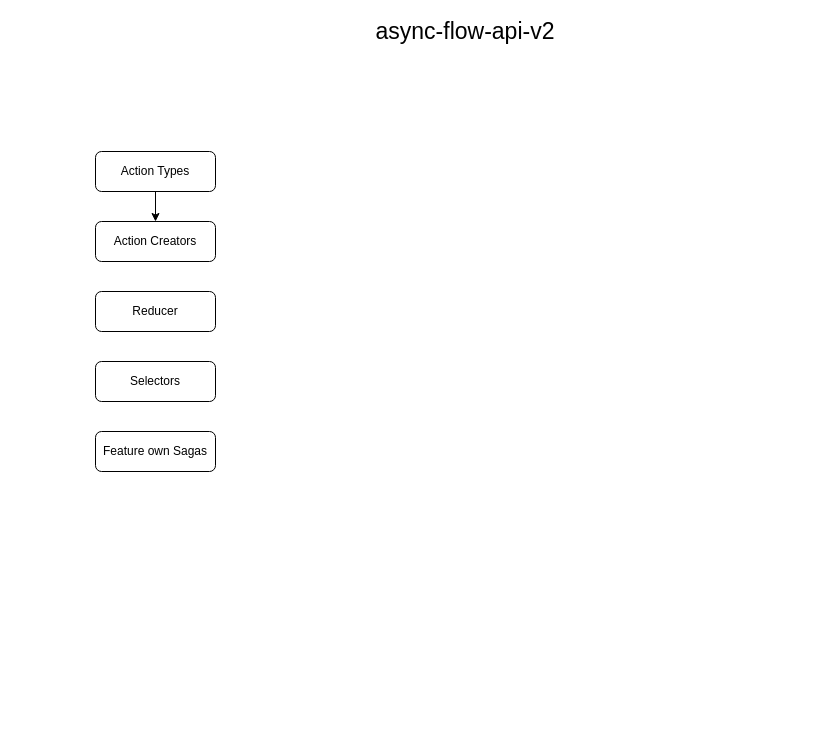
Before: async-flow-api-v2.drawio in Jercik/async-flow-api-v2, a draw.io diagram. Source tidied: cells renumbered, new cells numbered last; positions are measured from the earlier drawing's top-left corner, leaving out a move shared by most shapes. Both pictures are drawn from the tidied source at 100%, with x=0, y=0 at pixel (95, 21).
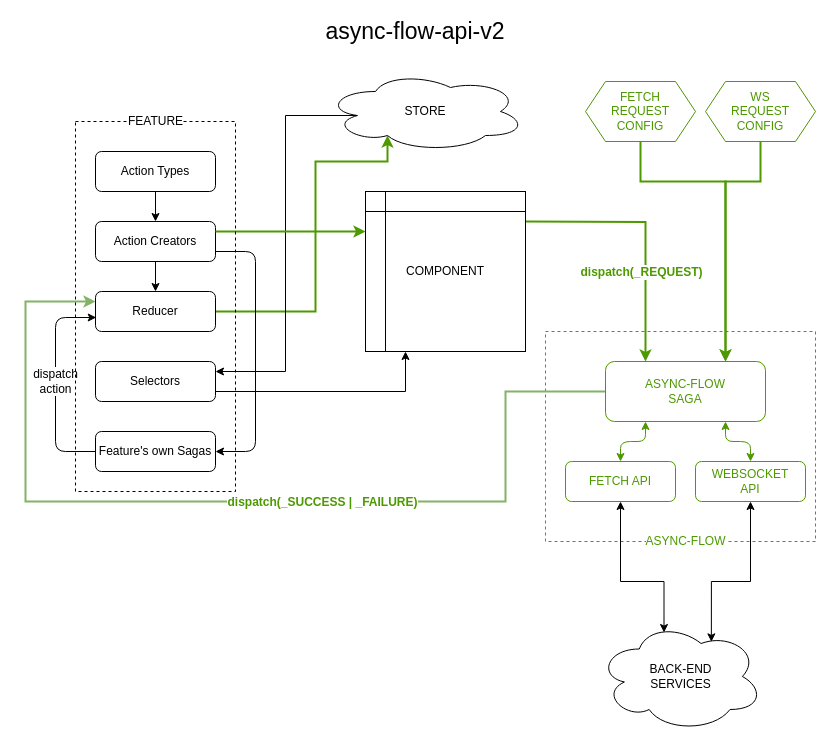
The same page after the edit.

The change refers to these unchanged cells:
```xml
<mxCell id="4" value="&lt;font style=&quot;font-size: 12px;&quot;&gt;Action Creators&lt;/font&gt;" style="rounded=1;whiteSpace=wrap;html=1;fontSize=12;" parent="1" vertex="1">
  <mxGeometry y="200" width="120" height="40" as="geometry" />
</mxCell>
<mxCell id="5" value="&lt;font style=&quot;font-size: 12px&quot;&gt;Reducer&lt;/font&gt;" style="rounded=1;whiteSpace=wrap;html=1;fontSize=12;" parent="1" vertex="1">
  <mxGeometry y="270" width="120" height="40" as="geometry" />
</mxCell>
<mxCell id="6" value="&lt;font style=&quot;font-size: 12px&quot;&gt;Selectors&lt;/font&gt;" style="rounded=1;whiteSpace=wrap;html=1;fontSize=12;" parent="1" vertex="1">
  <mxGeometry y="340" width="120" height="40" as="geometry" />
</mxCell>
```

Change to the diagram source:
```diff
@@
+    <mxCell id="9" style="rounded=0;whiteSpace=wrap;html=1;fontSize=12;fontColor=#4D9900;fillColor=none;dashed=1;strokeColor=#4D9900;" parent="1" vertex="1">
+      <mxGeometry x="450" y="310" width="270" height="210" as="geometry" />
+    </mxCell>
     <mxCell id="2" value="async-flow-api-v2" style="text;html=1;strokeColor=none;fillColor=none;align=center;verticalAlign=middle;whiteSpace=wrap;rounded=0;fontSize=23;" parent="1" vertex="1">
-      <mxGeometry x="260" width="220" height="20" as="geometry" />
+      <mxGeometry x="210" width="220" height="20" as="geometry" />
     </mxCell>
@@
+    <mxCell id="10" style="edgeStyle=orthogonalEdgeStyle;rounded=0;jettySize=auto;html=1;exitX=1;exitY=0.5;exitDx=0;exitDy=0;fontSize=12;entryX=0.31;entryY=0.8;entryDx=0;entryDy=0;entryPerimeter=0;strokeColor=#4D9900;strokeWidth=2;" parent="1" edge="1" source="5" target="15">
+      <mxGeometry relative="1" as="geometry">
+        <Array as="points">
+          <mxPoint x="220" y="290" />
+          <mxPoint x="220" y="140" />
+          <mxPoint x="292" y="140" />
+        </Array>
+      </mxGeometry>
+    </mxCell>
@@
+    <mxCell id="11" style="edgeStyle=orthogonalEdgeStyle;rounded=0;jettySize=auto;html=1;exitX=1;exitY=0.75;exitDx=0;exitDy=0;entryX=0.25;entryY=1;entryDx=0;entryDy=0;fontSize=12;" parent="1" edge="1" source="6" target="20">
+      <mxGeometry relative="1" as="geometry" />
+    </mxCell>
@@
-    <mxCell id="7" value="&lt;font style=&quot;font-size: 12px&quot;&gt;Feature own Sagas&lt;/font&gt;" style="rounded=1;whiteSpace=wrap;html=1;fontSize=12;" parent="1" vertex="1">
+    <mxCell id="7" value="&lt;font style=&quot;font-size: 12px&quot;&gt;Feature's own Sagas&lt;/font&gt;" style="rounded=1;whiteSpace=wrap;html=1;fontSize=12;" parent="1" vertex="1">
       <mxGeometry y="410" width="120" height="40" as="geometry" />
     </mxCell>
@@
+    <mxCell id="12" style="endArrow=classic;html=1;fontSize=12;exitX=0.5;exitY=1;exitDx=0;exitDy=0;entryX=0.5;entryY=0;entryDx=0;entryDy=0;" parent="1" edge="1" source="4" target="5">
+      <mxGeometry relative="1" as="geometry" />
+    </mxCell>
+    <mxCell id="13" style="endArrow=classic;html=1;fontSize=12;exitX=1;exitY=0.75;exitDx=0;exitDy=0;entryX=1;entryY=0.5;entryDx=0;entryDy=0;" parent="1" edge="1" source="4" target="7">
+      <mxGeometry relative="1" as="geometry">
+        <Array as="points">
+          <mxPoint x="160" y="230" />
+          <mxPoint x="160" y="430" />
+        </Array>
+      </mxGeometry>
+    </mxCell>
+    <mxCell id="14" style="edgeStyle=orthogonalEdgeStyle;rounded=0;jettySize=auto;html=1;exitX=0.16;exitY=0.55;exitDx=0;exitDy=0;exitPerimeter=0;entryX=1;entryY=0.25;entryDx=0;entryDy=0;fontSize=12;" parent="1" edge="1" source="15" target="6">
+      <mxGeometry relative="1" as="geometry">
+        <Array as="points">
+          <mxPoint x="190" y="94" />
+          <mxPoint x="190" y="350" />
+        </Array>
+      </mxGeometry>
+    </mxCell>
+    <mxCell id="15" value="STORE" style="ellipse;shape=cloud;whiteSpace=wrap;html=1;fontSize=12;" parent="1" vertex="1">
+      <mxGeometry x="230" y="50" width="200" height="80" as="geometry" />
+    </mxCell>
+    <mxCell id="16" style="endArrow=classic;html=1;fontSize=12;entryX=0.006;entryY=0.65;entryDx=0;entryDy=0;exitX=0;exitY=0.5;exitDx=0;exitDy=0;entryPerimeter=0;" parent="1" edge="1" source="7" target="5">
+      <mxGeometry relative="1" as="geometry">
+        <Array as="points">
+          <mxPoint x="-40" y="430" />
+          <mxPoint x="-40" y="296" />
+        </Array>
+      </mxGeometry>
+    </mxCell>
+    <mxCell id="17" value="dispatch&lt;br&gt;action" style="edgeLabel;html=1;align=center;verticalAlign=middle;fontSize=12;" parent="16" vertex="1">
+      <mxGeometry x="0.03" y="1" relative="1" as="geometry" />
+    </mxCell>
+    <mxCell id="18" style="edgeStyle=orthogonalEdgeStyle;rounded=0;jettySize=auto;html=1;exitX=1;exitY=0.25;exitDx=0;exitDy=0;entryX=0.25;entryY=0;entryDx=0;entryDy=0;fontSize=12;strokeColor=#4D9900;strokeWidth=2;" parent="1" edge="1" target="23">
+      <mxGeometry relative="1" as="geometry">
+        <mxPoint x="430" y="200" as="sourcePoint" />
+      </mxGeometry>
+    </mxCell>
+    <mxCell id="19" value="dispatch(_REQUEST)" style="edgeLabel;html=1;align=center;verticalAlign=middle;fontSize=12;fontStyle=1;fontColor=#4D9900;" parent="18" vertex="1">
+      <mxGeometry x="-0.27" y="3" relative="1" as="geometry">
+        <mxPoint x="20.8" y="53" as="offset" />
+      </mxGeometry>
+    </mxCell>
+    <mxCell id="20" value="COMPONENT" style="shape=internalStorage;whiteSpace=wrap;html=1;backgroundOutline=1;fontSize=12;" parent="1" vertex="1">
+      <mxGeometry x="270" y="170" width="160" height="160" as="geometry" />
+    </mxCell>
+    <mxCell id="21" style="edgeStyle=orthogonalEdgeStyle;rounded=0;jettySize=auto;html=1;exitX=0;exitY=0.5;exitDx=0;exitDy=0;entryX=0;entryY=0.25;entryDx=0;entryDy=0;fontSize=12;fillColor=#d5e8d4;strokeColor=#82b366;strokeWidth=2;" parent="1" edge="1" source="23" target="5">
+      <mxGeometry relative="1" as="geometry">
+        <Array as="points">
+          <mxPoint x="410" y="370" />
+          <mxPoint x="410" y="480" />
+          <mxPoint x="-70" y="480" />
+          <mxPoint x="-70" y="280" />
+        </Array>
+      </mxGeometry>
+    </mxCell>
+    <mxCell id="22" value="dispatch(_SUCCESS | _FAILURE)" style="edgeLabel;html=1;align=center;verticalAlign=middle;fontSize=12;fontStyle=1;fontColor=#4D9900;" parent="21" vertex="1">
+      <mxGeometry x="-0.18" relative="1" as="geometry" />
+    </mxCell>
+    <mxCell id="23" value="ASYNC-FLOW&lt;br&gt;SAGA" style="rounded=1;whiteSpace=wrap;html=1;fontSize=12;strokeColor=#4D9900;fontColor=#4D9900;" parent="1" vertex="1">
+      <mxGeometry x="510" y="340" width="160" height="60" as="geometry" />
+    </mxCell>
+    <mxCell id="24" value="FETCH API" style="rounded=1;whiteSpace=wrap;html=1;fontSize=12;fontColor=#4D9900;strokeColor=#4D9900;" parent="1" vertex="1">
+      <mxGeometry x="470" y="440" width="110" height="40" as="geometry" />
+    </mxCell>
+    <mxCell id="25" value="WEBSOCKET&lt;br&gt;API" style="rounded=1;whiteSpace=wrap;html=1;fontSize=12;fontColor=#4D9900;strokeColor=#4D9900;" parent="1" vertex="1">
+      <mxGeometry x="600" y="440" width="110" height="40" as="geometry" />
+    </mxCell>
+    <mxCell id="26" style="endArrow=classic;startArrow=classic;html=1;fontSize=12;entryX=0.25;entryY=1;entryDx=0;entryDy=0;exitX=0.5;exitY=0;exitDx=0;exitDy=0;strokeColor=#4D9900;" parent="1" edge="1" source="24" target="23">
+      <mxGeometry relative="1" as="geometry">
+        <Array as="points">
+          <mxPoint x="525" y="420" />
+          <mxPoint x="550" y="420" />
+        </Array>
+      </mxGeometry>
+    </mxCell>
+    <mxCell id="27" style="endArrow=classic;startArrow=classic;html=1;fontSize=12;entryX=0.75;entryY=1;entryDx=0;entryDy=0;exitX=0.5;exitY=0;exitDx=0;exitDy=0;strokeColor=#4D9900;" parent="1" edge="1" source="25" target="23">
+      <mxGeometry relative="1" as="geometry">
+        <Array as="points">
+          <mxPoint x="655" y="420" />
+          <mxPoint x="630" y="420" />
+        </Array>
+      </mxGeometry>
+    </mxCell>
+    <mxCell id="28" style="endArrow=classic;html=1;fontSize=12;exitX=1;exitY=0.25;exitDx=0;exitDy=0;entryX=0;entryY=0.25;entryDx=0;entryDy=0;strokeColor=#4D9900;strokeWidth=2;" parent="1" edge="1" source="4" target="20">
+      <mxGeometry relative="1" as="geometry" />
+    </mxCell>
+    <mxCell id="29" value="ASYNC-FLOW" style="text;html=1;align=center;verticalAlign=middle;fontSize=12;fontColor=#4D9900;labelBackgroundColor=#FFFFFF;" parent="1" vertex="1">
+      <mxGeometry x="540" y="510" width="100" height="20" as="geometry" />
+    </mxCell>
+    <mxCell id="30" style="rounded=0;whiteSpace=wrap;html=1;fontSize=12;fillColor=none;dashed=1;" parent="1" vertex="1">
+      <mxGeometry x="-20" y="100" width="160" height="370" as="geometry" />
+    </mxCell>
+    <mxCell id="31" value="FEATURE" style="text;html=1;align=center;verticalAlign=middle;fontSize=12;labelBackgroundColor=#FFFFFF;" parent="1" vertex="1">
+      <mxGeometry x="25" y="90" width="70" height="20" as="geometry" />
+    </mxCell>
+    <mxCell id="32" style="edgeStyle=orthogonalEdgeStyle;rounded=0;jettySize=auto;html=1;exitX=0.5;exitY=1;exitDx=0;exitDy=0;strokeColor=#4D9900;strokeWidth=2;fontSize=12;fontColor=#4D9900;" parent="1" edge="1" source="33">
+      <mxGeometry relative="1" as="geometry">
+        <mxPoint x="630" y="340" as="targetPoint" />
+        <Array as="points">
+          <mxPoint x="545" y="160" />
+          <mxPoint x="630" y="160" />
+        </Array>
+      </mxGeometry>
+    </mxCell>
+    <mxCell id="33" value="FETCH&lt;br&gt;REQUEST&lt;br&gt;CONFIG" style="shape=hexagon;perimeter=hexagonPerimeter2;whiteSpace=wrap;html=1;fixedSize=1;labelBackgroundColor=#FFFFFF;fontSize=12;strokeColor=#4D9900;fontColor=#4D9900;" parent="1" vertex="1">
+      <mxGeometry x="490" y="60" width="110" height="60" as="geometry" />
+    </mxCell>
+    <mxCell id="34" style="edgeStyle=orthogonalEdgeStyle;rounded=0;jettySize=auto;html=1;exitX=0.5;exitY=1;exitDx=0;exitDy=0;entryX=0.75;entryY=0;entryDx=0;entryDy=0;strokeColor=#4D9900;strokeWidth=2;fontSize=12;fontColor=#4D9900;" parent="1" edge="1" source="35" target="23">
+      <mxGeometry relative="1" as="geometry">
+        <Array as="points">
+          <mxPoint x="665" y="160" />
+          <mxPoint x="630" y="160" />
+        </Array>
+      </mxGeometry>
+    </mxCell>
+    <mxCell id="35" value="WS&lt;br&gt;REQUEST&lt;br&gt;CONFIG" style="shape=hexagon;perimeter=hexagonPerimeter2;whiteSpace=wrap;html=1;fixedSize=1;labelBackgroundColor=#FFFFFF;fontSize=12;strokeColor=#4D9900;fontColor=#4D9900;" parent="1" vertex="1">
+      <mxGeometry x="610" y="60" width="110" height="60" as="geometry" />
+    </mxCell>
+    <mxCell id="36" style="edgeStyle=orthogonalEdgeStyle;rounded=0;jettySize=auto;html=1;exitX=0.4;exitY=0.1;exitDx=0;exitDy=0;exitPerimeter=0;strokeWidth=1;fontSize=12;fontColor=#000000;startArrow=classic;startFill=1;" parent="1" edge="1" source="37" target="24">
+      <mxGeometry relative="1" as="geometry">
+        <Array as="points">
+          <mxPoint x="568" y="560" />
+          <mxPoint x="525" y="560" />
+        </Array>
+      </mxGeometry>
+    </mxCell>
+    <mxCell id="37" value="BACK-END&lt;br&gt;SERVICES" style="ellipse;shape=cloud;whiteSpace=wrap;html=1;labelBackgroundColor=#FFFFFF;fillColor=#ffffff;fontSize=12;" parent="1" vertex="1">
+      <mxGeometry x="502.5" y="600" width="165" height="110" as="geometry" />
+    </mxCell>
+    <mxCell id="38" style="edgeStyle=orthogonalEdgeStyle;rounded=0;jettySize=auto;html=1;exitX=0.687;exitY=0.185;exitDx=0;exitDy=0;exitPerimeter=0;strokeWidth=1;fontSize=12;fontColor=#000000;startArrow=classic;startFill=1;entryX=0.5;entryY=1;entryDx=0;entryDy=0;" parent="1" edge="1" source="37" target="25">
+      <mxGeometry relative="1" as="geometry">
+        <Array as="points">
+          <mxPoint x="616" y="560" />
+          <mxPoint x="655" y="560" />
+        </Array>
+      </mxGeometry>
+    </mxCell>
```
